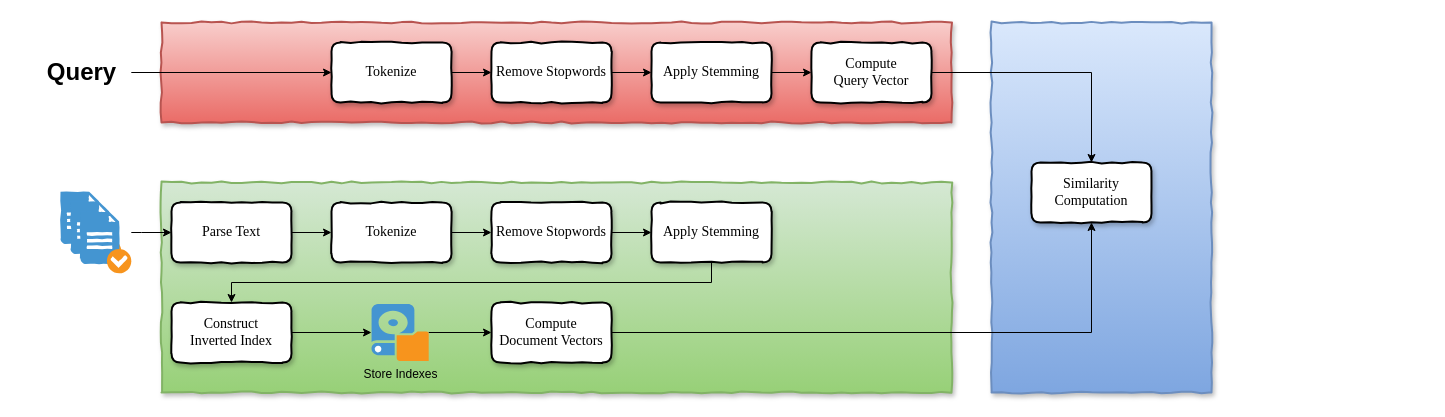
Before: doc/arch.drawio in amazingchow/photon-dance-vector-space-searcher, a draw.io diagram. Source tidied: cells renumbered, new cells numbered last; positions are measured from the earlier drawing's top-left corner, leaving out a move shared by most shapes. Both pictures are drawn from the tidied source at 100%, with x=0, y=0 at pixel (31, 22).
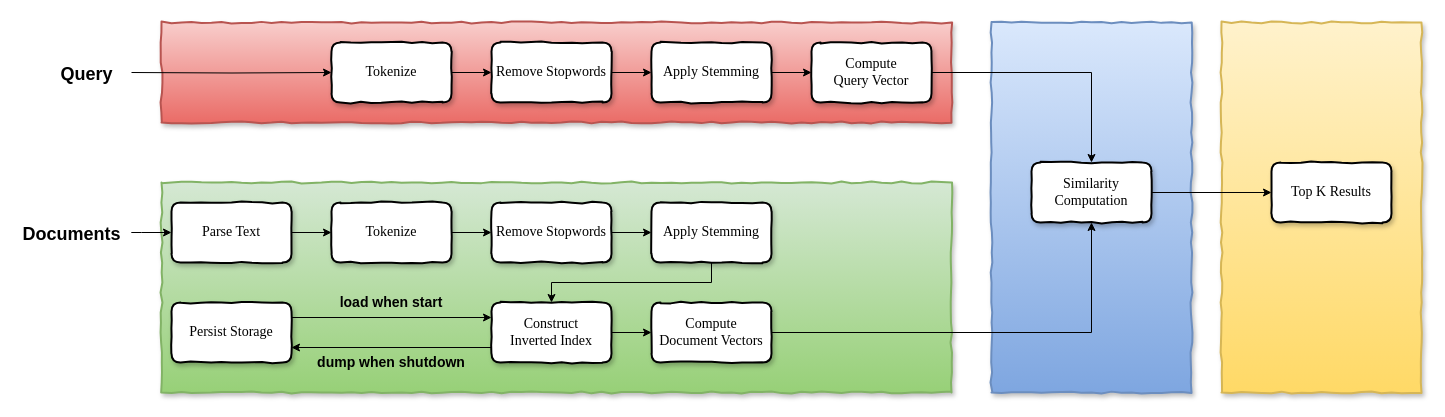
The same diagram, later.

The change refers to these unchanged cells:
```xml
<mxCell id="6" value="&lt;font style=&quot;font-size: 14px&quot; face=&quot;Times New Roman&quot;&gt;Parse Text&lt;/font&gt;" style="rounded=1;whiteSpace=wrap;html=1;strokeWidth=2;comic=1;glass=0;shadow=1;" parent="1" vertex="1">
  <mxGeometry x="140" y="180" width="120" height="60" as="geometry" />
</mxCell>
<mxCell id="21" value="&lt;font face=&quot;Times New Roman&quot; style=&quot;font-size: 14px&quot;&gt;Tokenize&lt;/font&gt;" style="rounded=1;whiteSpace=wrap;html=1;strokeWidth=2;comic=1;glass=0;shadow=1;" parent="1" vertex="1">
  <mxGeometry x="300" y="20" width="120" height="60" as="geometry" />
</mxCell>
<mxCell id="28" value="&lt;font face=&quot;Times New Roman&quot;&gt;&lt;span style=&quot;font-size: 14px&quot;&gt;Similarity Computation&lt;/span&gt;&lt;/font&gt;" style="rounded=1;whiteSpace=wrap;html=1;strokeWidth=2;comic=1;glass=0;shadow=1;" parent="1" vertex="1">
  <mxGeometry x="1000" y="140" width="120" height="60" as="geometry" />
</mxCell>
```

Change to the diagram source:
```diff
@@
+    <mxCell id="34" style="rounded=0;whiteSpace=wrap;html=1;shadow=1;glass=0;comic=1;strokeWidth=2;fillColor=#fff2cc;gradientColor=#ffd966;strokeColor=#d6b656;" parent="1" vertex="1">
+      <mxGeometry x="1190" width="200" height="370" as="geometry" />
+    </mxCell>
     <mxCell id="2" style="rounded=0;whiteSpace=wrap;html=1;shadow=1;glass=0;comic=1;strokeWidth=2;fillColor=#dae8fc;gradientColor=#7ea6e0;strokeColor=#6c8ebf;" parent="1" vertex="1">
-      <mxGeometry x="960" width="220" height="370" as="geometry" />
+      <mxGeometry x="960" width="200" height="370" as="geometry" />
     </mxCell>
@@
-    <mxCell id="7" style="edgeStyle=orthogonalEdgeStyle;rounded=0;jettySize=auto;html=1;entryX=0;entryY=0.5;entryDx=0;entryDy=0;" parent="1" edge="1" source="8" target="18">
-      <mxGeometry relative="1" as="geometry" />
-    </mxCell>
-    <mxCell id="8" value="Store Indexes" style="shadow=0;dashed=0;html=1;strokeColor=none;fillColor=#4495D1;labelPosition=center;verticalLabelPosition=bottom;verticalAlign=top;align=center;outlineConnect=0;shape=mxgraph.veeam.local_disk;" parent="1" vertex="1">
-      <mxGeometry x="340" y="281.6" width="57.2" height="56.8" as="geometry" />
-    </mxCell>
@@
-    <mxCell id="15" style="edgeStyle=orthogonalEdgeStyle;rounded=0;jettySize=auto;html=1;exitX=1;exitY=0.5;exitDx=0;exitDy=0;" parent="1" edge="1" source="16" target="8">
-      <mxGeometry relative="1" as="geometry" />
-    </mxCell>
+    <mxCell id="35" style="edgeStyle=orthogonalEdgeStyle;rounded=0;jettySize=auto;html=1;exitX=1;exitY=0.5;exitDx=0;exitDy=0;entryX=0;entryY=0.5;entryDx=0;entryDy=0;" parent="1" edge="1" source="16" target="18">
+      <mxGeometry relative="1" as="geometry" />
+    </mxCell>
+    <mxCell id="36" style="edgeStyle=orthogonalEdgeStyle;rounded=0;jettySize=auto;html=1;exitX=0;exitY=0.75;exitDx=0;exitDy=0;entryX=1;entryY=0.75;entryDx=0;entryDy=0;" parent="1" edge="1" source="16" target="41">
+      <mxGeometry relative="1" as="geometry" />
+    </mxCell>
     <mxCell id="16" value="&lt;font face=&quot;Times New Roman&quot;&gt;&lt;span style=&quot;font-size: 14px&quot;&gt;Construct &lt;br&gt;Inverted Index&lt;/span&gt;&lt;/font&gt;" style="rounded=1;whiteSpace=wrap;html=1;strokeWidth=2;comic=1;glass=0;shadow=1;" parent="1" vertex="1">
-      <mxGeometry x="140" y="280" width="120" height="60" as="geometry" />
+      <mxGeometry x="460" y="280" width="120" height="60" as="geometry" />
     </mxCell>
@@
     <mxCell id="18" value="&lt;font face=&quot;Times New Roman&quot;&gt;&lt;span style=&quot;font-size: 14px&quot;&gt;Compute &lt;br&gt;Document Vectors&lt;/span&gt;&lt;/font&gt;" style="rounded=1;whiteSpace=wrap;html=1;strokeWidth=2;comic=1;glass=0;shadow=1;" parent="1" vertex="1">
-      <mxGeometry x="460" y="280" width="120" height="60" as="geometry" />
+      <mxGeometry x="620" y="280" width="120" height="60" as="geometry" />
     </mxCell>
-    <mxCell id="19" style="edgeStyle=orthogonalEdgeStyle;rounded=0;jettySize=auto;html=1;entryX=0;entryY=0.5;entryDx=0;entryDy=0;" parent="1" edge="1" source="33" target="21">
-      <mxGeometry relative="1" as="geometry" />
+    <mxCell id="19" style="edgeStyle=orthogonalEdgeStyle;rounded=0;jettySize=auto;html=1;entryX=0;entryY=0.5;entryDx=0;entryDy=0;" parent="1" edge="1" target="21">
+      <mxGeometry relative="1" as="geometry">
+        <mxPoint x="100" y="50" as="sourcePoint" />
+      </mxGeometry>
     </mxCell>
@@
+    <mxCell id="37" style="edgeStyle=orthogonalEdgeStyle;rounded=0;jettySize=auto;html=1;exitX=1;exitY=0.5;exitDx=0;exitDy=0;" parent="1" edge="1" source="28" target="38">
+      <mxGeometry relative="1" as="geometry" />
+    </mxCell>
@@
-    <mxCell id="29" style="shadow=0;dashed=0;html=1;strokeColor=none;fillColor=#4495D1;labelPosition=center;verticalLabelPosition=bottom;verticalAlign=top;align=center;shape=mxgraph.veeam.checked_doc;rounded=1;glass=0;comic=1;" parent="1" vertex="1">
-      <mxGeometry x="29" y="169.2" width="50.8" height="61.6" as="geometry" />
-    </mxCell>
-    <mxCell id="30" style="shadow=0;dashed=0;html=1;strokeColor=none;fillColor=#4495D1;labelPosition=center;verticalLabelPosition=bottom;verticalAlign=top;align=center;shape=mxgraph.veeam.checked_doc;rounded=1;glass=0;comic=1;" parent="1" vertex="1">
-      <mxGeometry x="39" y="179.2" width="50.8" height="61.6" as="geometry" />
-    </mxCell>
-    <mxCell id="31" style="edgeStyle=orthogonalEdgeStyle;rounded=0;jettySize=auto;html=1;entryX=0;entryY=0.5;entryDx=0;entryDy=0;" parent="1" edge="1" source="32" target="6">
+    <mxCell id="31" style="edgeStyle=orthogonalEdgeStyle;rounded=0;jettySize=auto;html=1;entryX=0;entryY=0.5;entryDx=0;entryDy=0;" parent="1" edge="1" target="6">
       <mxGeometry relative="1" as="geometry">
+        <mxPoint x="99.8" y="210" as="sourcePoint" />
         <Array as="points">
           <mxPoint x="110" y="210" />
           <mxPoint x="110" y="210" />
         </Array>
       </mxGeometry>
     </mxCell>
-    <mxCell id="32" style="shadow=0;dashed=0;html=1;strokeColor=none;fillColor=#4495D1;labelPosition=center;verticalLabelPosition=bottom;verticalAlign=top;align=center;outlineConnect=0;shape=mxgraph.veeam.checked_doc;rounded=1;glass=0;comic=1;" parent="1" vertex="1">
-      <mxGeometry x="49" y="189.2" width="50.8" height="61.6" as="geometry" />
-    </mxCell>
-    <mxCell id="33" value="Query" style="text;strokeColor=none;fillColor=none;html=1;fontSize=24;fontStyle=1;verticalAlign=middle;align=center;rounded=1;shadow=1;glass=0;comic=1;" parent="1" vertex="1">
-      <mxGeometry x="-0.2" y="30" width="100" height="40" as="geometry" />
+    <mxCell id="33" value="&lt;font style=&quot;font-size: 18px&quot;&gt;Query&lt;/font&gt;" style="text;strokeColor=none;fillColor=none;html=1;fontSize=24;fontStyle=1;verticalAlign=middle;align=center;rounded=1;shadow=1;glass=0;comic=1;" parent="1" vertex="1">
+      <mxGeometry x="20" y="30" width="70" height="40" as="geometry" />
     </mxCell>
+    <mxCell id="38" value="&lt;font face=&quot;Times New Roman&quot;&gt;&lt;span style=&quot;font-size: 14px&quot;&gt;Top K Results&lt;/span&gt;&lt;/font&gt;" style="rounded=1;whiteSpace=wrap;html=1;strokeWidth=2;comic=1;glass=0;shadow=1;" parent="1" vertex="1">
+      <mxGeometry x="1240" y="140" width="120" height="60" as="geometry" />
+    </mxCell>
+    <mxCell id="39" value="&lt;font style=&quot;font-size: 18px&quot;&gt;Documents&lt;/font&gt;" style="text;strokeColor=none;fillColor=none;html=1;fontSize=24;fontStyle=1;verticalAlign=middle;align=center;rounded=1;shadow=1;glass=0;comic=1;" parent="1" vertex="1">
+      <mxGeometry x="-10" y="190" width="100" height="40" as="geometry" />
+    </mxCell>
+    <mxCell id="40" style="edgeStyle=orthogonalEdgeStyle;rounded=0;jettySize=auto;html=1;exitX=1;exitY=0.25;exitDx=0;exitDy=0;entryX=0;entryY=0.25;entryDx=0;entryDy=0;" parent="1" edge="1" source="41" target="16">
+      <mxGeometry relative="1" as="geometry" />
+    </mxCell>
+    <mxCell id="41" value="&lt;font face=&quot;Times New Roman&quot;&gt;&lt;span style=&quot;font-size: 14px&quot;&gt;Persist Storage&lt;/span&gt;&lt;/font&gt;" style="rounded=1;whiteSpace=wrap;html=1;strokeWidth=2;comic=1;glass=0;shadow=1;" parent="1" vertex="1">
+      <mxGeometry x="140" y="280" width="120" height="60" as="geometry" />
+    </mxCell>
+    <mxCell id="42" value="&lt;font style=&quot;font-size: 14px&quot;&gt;&lt;b&gt;dump when shutdown&lt;/b&gt;&lt;/font&gt;" style="text;html=1;strokeColor=none;fillColor=none;align=center;verticalAlign=middle;whiteSpace=wrap;rounded=0;" parent="1" vertex="1">
+      <mxGeometry x="285" y="330" width="150" height="20" as="geometry" />
+    </mxCell>
+    <mxCell id="43" value="&lt;font style=&quot;font-size: 14px&quot;&gt;&lt;b&gt;load when start&lt;/b&gt;&lt;/font&gt;" style="text;html=1;strokeColor=none;fillColor=none;align=center;verticalAlign=middle;whiteSpace=wrap;rounded=0;" parent="1" vertex="1">
+      <mxGeometry x="285" y="270" width="150" height="20" as="geometry" />
+    </mxCell>
```
